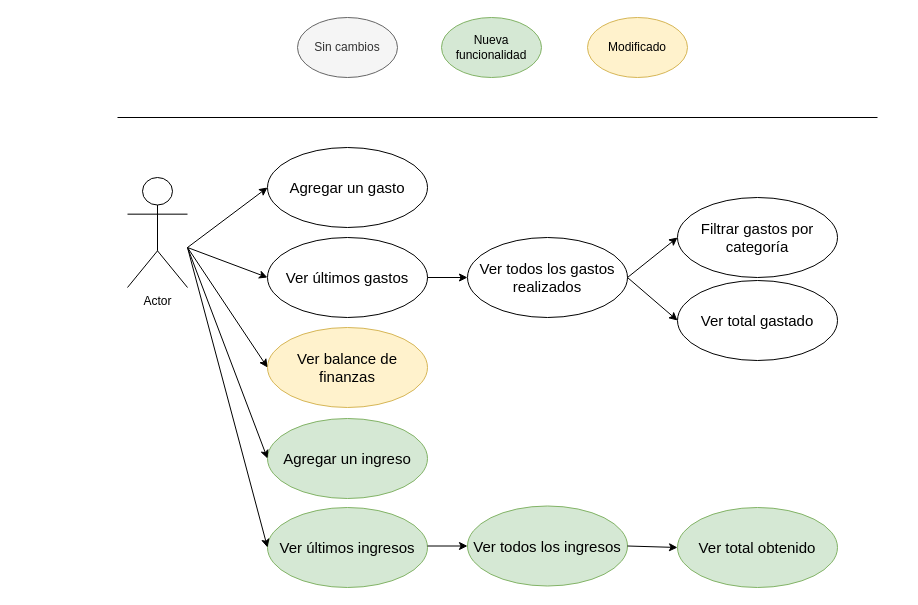
Above: images/casosdeuso.drawio in Gastapp/gastapp_doc (draw.io), before the change. Source tidied: cells renumbered, new cells numbered last; positions are measured from the earlier drawing's top-left corner, leaving out a move shared by most shapes. Both pictures are drawn from the tidied source at 100%, with x=0, y=0 at pixel (117, 17).
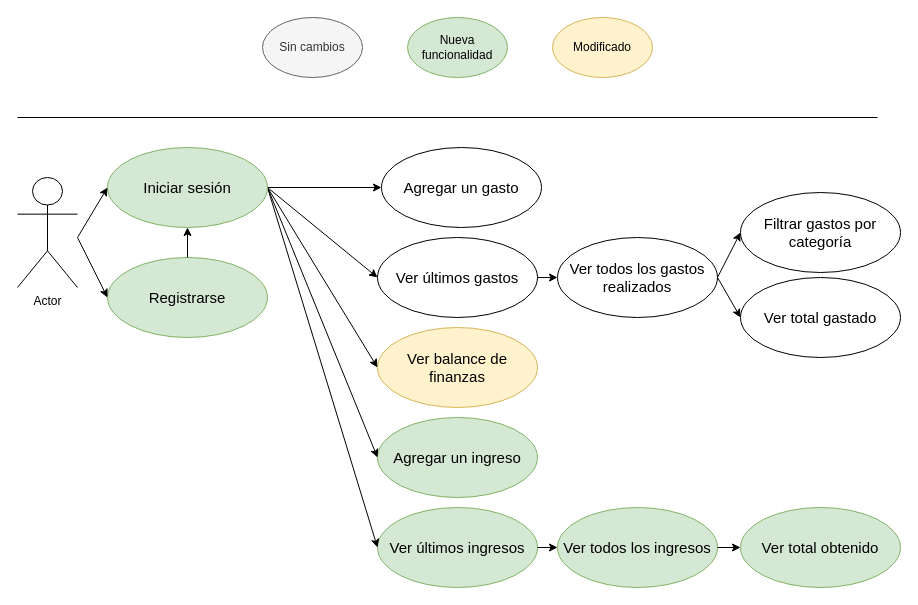
After the change.

Commit message (it also covers changes not shown here):
corrijo casos de uso de la segunda entrega

What changed in the source:
```diff
@@
     <mxCell id="2" value="Actor" style="shape=umlActor;verticalLabelPosition=bottom;labelBackgroundColor=#ffffff;verticalAlign=top;html=1;" parent="1" vertex="1">
-      <mxGeometry x="10" y="160" width="60" height="110" as="geometry" />
+      <mxGeometry x="-100" y="160" width="60" height="110" as="geometry" />
     </mxCell>
     <mxCell id="3" value="&lt;font style=&quot;font-size: 15px&quot;&gt;Filtrar gastos por categoría&lt;/font&gt;" style="ellipse;whiteSpace=wrap;html=1;" parent="1" vertex="1">
-      <mxGeometry x="560" y="180" width="160" height="80" as="geometry" />
+      <mxGeometry x="623" y="175" width="160" height="80" as="geometry" />
     </mxCell>
     <mxCell id="4" value="&lt;p&gt;&lt;font style=&quot;font-size: 15px&quot;&gt;Ver todos los gastos realizados&lt;/font&gt;&lt;/p&gt;" style="ellipse;whiteSpace=wrap;html=1;" parent="1" vertex="1">
-      <mxGeometry x="350" y="220" width="160" height="80" as="geometry" />
+      <mxGeometry x="440" y="220" width="160" height="80" as="geometry" />
     </mxCell>
     <mxCell id="5" value="&lt;font style=&quot;font-size: 15px&quot;&gt;Ver total gastado&lt;/font&gt;" style="ellipse;whiteSpace=wrap;html=1;" parent="1" vertex="1">
-      <mxGeometry x="560" y="263" width="160" height="80" as="geometry" />
+      <mxGeometry x="623" y="260" width="160" height="80" as="geometry" />
     </mxCell>
     <mxCell id="6" value="Sin cambios" style="ellipse;whiteSpace=wrap;html=1;fillColor=#f5f5f5;strokeColor=#666666;fontColor=#333333;" parent="1" vertex="1">
-      <mxGeometry x="180" width="100" height="60" as="geometry" />
+      <mxGeometry x="145" width="100" height="60" as="geometry" />
     </mxCell>
     <mxCell id="7" value="Modificado&lt;br&gt;" style="ellipse;whiteSpace=wrap;html=1;fillColor=#fff2cc;strokeColor=#d6b656;" parent="1" vertex="1">
-      <mxGeometry x="470" width="100" height="60" as="geometry" />
+      <mxGeometry x="435" width="100" height="60" as="geometry" />
     </mxCell>
     <mxCell id="8" value="Nueva funcionalidad" style="ellipse;whiteSpace=wrap;html=1;fillColor=#d5e8d4;strokeColor=#82b366;" parent="1" vertex="1">
-      <mxGeometry x="324" width="100" height="60" as="geometry" />
+      <mxGeometry x="290" width="100" height="60" as="geometry" />
     </mxCell>
-    <mxCell id="9" style="endArrow=classic;html=1;entryX=0;entryY=0.5;entryDx=0;entryDy=0;" parent="1" edge="1" target="11">
-      <mxGeometry relative="1" as="geometry">
-        <mxPoint x="70" y="230" as="sourcePoint" />
-      </mxGeometry>
+    <mxCell id="9" style="endArrow=classic;html=1;entryX=0;entryY=0.5;entryDx=0;entryDy=0;exitX=1;exitY=0.5;exitDx=0;exitDy=0;" parent="1" edge="1" source="28" target="11">
+      <mxGeometry relative="1" as="geometry" />
     </mxCell>
-    <mxCell id="10" style="endArrow=classic;html=1;entryX=0;entryY=0.5;entryDx=0;entryDy=0;" parent="1" edge="1" target="5">
-      <mxGeometry relative="1" as="geometry">
-        <mxPoint x="510" y="260" as="sourcePoint" />
-      </mxGeometry>
+    <mxCell id="10" style="endArrow=classic;html=1;entryX=0;entryY=0.5;entryDx=0;entryDy=0;exitX=1;exitY=0.5;exitDx=0;exitDy=0;" parent="1" edge="1" source="4" target="5">
+      <mxGeometry relative="1" as="geometry" />
     </mxCell>
     <mxCell id="11" value="&lt;font style=&quot;font-size: 15px&quot;&gt;Agregar un gasto&lt;/font&gt;" style="ellipse;whiteSpace=wrap;html=1;" parent="1" vertex="1">
-      <mxGeometry x="150" y="130" width="160" height="80" as="geometry" />
+      <mxGeometry x="264" y="130" width="160" height="80" as="geometry" />
     </mxCell>
@@
     <mxCell id="13" value="&lt;font style=&quot;font-size: 15px&quot;&gt;Agregar un ingreso&lt;/font&gt;" style="ellipse;whiteSpace=wrap;html=1;fillColor=#d5e8d4;strokeColor=#82b366;" parent="1" vertex="1">
-      <mxGeometry x="150" y="401" width="160" height="80" as="geometry" />
+      <mxGeometry x="260" y="400" width="160" height="80" as="geometry" />
     </mxCell>
     <mxCell id="14" value="&lt;font style=&quot;font-size: 15px&quot;&gt;Ver últimos gastos&lt;/font&gt;" style="ellipse;whiteSpace=wrap;html=1;" parent="1" vertex="1">
-      <mxGeometry x="150" y="220" width="160" height="80" as="geometry" />
+      <mxGeometry x="260" y="220" width="160" height="80" as="geometry" />
     </mxCell>
-    <mxCell id="15" style="endArrow=classic;html=1;entryX=0;entryY=0.5;entryDx=0;entryDy=0;" parent="1" edge="1" target="13">
-      <mxGeometry relative="1" as="geometry">
-        <mxPoint x="70" y="230" as="sourcePoint" />
-      </mxGeometry>
+    <mxCell id="15" style="endArrow=classic;html=1;entryX=0;entryY=0.5;entryDx=0;entryDy=0;exitX=1;exitY=0.5;exitDx=0;exitDy=0;" parent="1" edge="1" source="28" target="13">
+      <mxGeometry relative="1" as="geometry" />
     </mxCell>
-    <mxCell id="16" style="endArrow=classic;html=1;entryX=0;entryY=0.5;entryDx=0;entryDy=0;" parent="1" edge="1" target="14">
-      <mxGeometry relative="1" as="geometry">
-        <mxPoint x="70" y="230" as="sourcePoint" />
-      </mxGeometry>
+    <mxCell id="16" style="endArrow=classic;html=1;entryX=0;entryY=0.5;entryDx=0;entryDy=0;exitX=1;exitY=0.5;exitDx=0;exitDy=0;" parent="1" edge="1" source="28" target="14">
+      <mxGeometry relative="1" as="geometry" />
     </mxCell>
-    <mxCell id="17" style="endArrow=classic;html=1;exitX=1;exitY=0.5;exitDx=0;exitDy=0;entryX=0;entryY=0.5;entryDx=0;entryDy=0;" parent="1" edge="1" target="4">
-      <mxGeometry relative="1" as="geometry">
-        <mxPoint x="310" y="260" as="sourcePoint" />
-      </mxGeometry>
+    <mxCell id="17" style="endArrow=classic;html=1;entryX=0;entryY=0.5;entryDx=0;entryDy=0;" parent="1" edge="1" source="14" target="4">
+      <mxGeometry relative="1" as="geometry" />
     </mxCell>
     <mxCell id="18" style="endArrow=none;html=1;" parent="1" edge="1">
       <mxGeometry relative="1" as="geometry">
-        <mxPoint y="100" as="sourcePoint" />
+        <mxPoint x="-100" y="100" as="sourcePoint" />
         <mxPoint x="760" y="100" as="targetPoint" />
       </mxGeometry>
     </mxCell>
     <mxCell id="19" value="&lt;font style=&quot;font-size: 15px&quot;&gt;Ver balance de finanzas&lt;/font&gt;" style="ellipse;whiteSpace=wrap;html=1;fillColor=#fff2cc;strokeColor=#d6b656;" parent="1" vertex="1">
-      <mxGeometry x="150" y="310" width="160" height="80" as="geometry" />
+      <mxGeometry x="260" y="310" width="160" height="80" as="geometry" />
     </mxCell>
     <mxCell id="20" value="&lt;font style=&quot;font-size: 15px&quot;&gt;Ver últimos ingresos&lt;/font&gt;" style="ellipse;whiteSpace=wrap;html=1;fillColor=#d5e8d4;strokeColor=#82b366;" parent="1" vertex="1">
-      <mxGeometry x="150" y="490" width="160" height="80" as="geometry" />
+      <mxGeometry x="260" y="490" width="160" height="80" as="geometry" />
     </mxCell>
-    <mxCell id="21" style="endArrow=classic;html=1;entryX=0;entryY=0.5;entryDx=0;entryDy=0;" parent="1" edge="1" target="20">
-      <mxGeometry relative="1" as="geometry">
-        <mxPoint x="70" y="230" as="sourcePoint" />
-      </mxGeometry>
+    <mxCell id="21" style="endArrow=classic;html=1;entryX=0;entryY=0.5;entryDx=0;entryDy=0;exitX=1;exitY=0.5;exitDx=0;exitDy=0;" parent="1" edge="1" source="28" target="20">
+      <mxGeometry relative="1" as="geometry" />
     </mxCell>
-    <mxCell id="22" style="endArrow=classic;html=1;entryX=0;entryY=0.5;entryDx=0;entryDy=0;" parent="1" edge="1" target="19">
-      <mxGeometry relative="1" as="geometry">
-        <mxPoint x="70" y="230" as="sourcePoint" />
-      </mxGeometry>
+    <mxCell id="22" style="endArrow=classic;html=1;entryX=0;entryY=0.5;entryDx=0;entryDy=0;exitX=1;exitY=0.5;exitDx=0;exitDy=0;" parent="1" edge="1" source="28" target="19">
+      <mxGeometry relative="1" as="geometry" />
     </mxCell>
     <mxCell id="23" value="&lt;p&gt;&lt;font style=&quot;font-size: 15px&quot;&gt;Ver todos los ingresos&lt;/font&gt;&lt;/p&gt;" style="ellipse;whiteSpace=wrap;html=1;fillColor=#d5e8d4;strokeColor=#82b366;" parent="1" vertex="1">
-      <mxGeometry x="350" y="488.5" width="160" height="80" as="geometry" />
+      <mxGeometry x="440" y="490" width="160" height="80" as="geometry" />
     </mxCell>
     <mxCell id="24" value="&lt;font style=&quot;font-size: 15px&quot;&gt;Ver total obtenido&lt;/font&gt;" style="ellipse;whiteSpace=wrap;html=1;fillColor=#d5e8d4;strokeColor=#82b366;" parent="1" vertex="1">
-      <mxGeometry x="560" y="490" width="160" height="80" as="geometry" />
+      <mxGeometry x="623" y="490" width="160" height="80" as="geometry" />
     </mxCell>
@@
-    <mxCell id="26" style="endArrow=classic;html=1;exitX=1;exitY=0.5;exitDx=0;exitDy=0;entryX=0;entryY=0.5;entryDx=0;entryDy=0;" parent="1" edge="1" target="23">
-      <mxGeometry relative="1" as="geometry">
-        <mxPoint x="310" y="528.5" as="sourcePoint" />
-      </mxGeometry>
+    <mxCell id="26" style="endArrow=classic;html=1;exitX=1;exitY=0.5;exitDx=0;exitDy=0;entryX=0;entryY=0.5;entryDx=0;entryDy=0;" parent="1" edge="1" source="20" target="23">
+      <mxGeometry relative="1" as="geometry" />
     </mxCell>
+    <mxCell id="27" value="&lt;font style=&quot;font-size: 15px&quot;&gt;Registrarse&lt;/font&gt;" style="ellipse;whiteSpace=wrap;html=1;fillColor=#d5e8d4;strokeColor=#82b366;" parent="1" vertex="1">
+      <mxGeometry x="-10" y="240" width="160" height="80" as="geometry" />
+    </mxCell>
+    <mxCell id="28" value="&lt;font style=&quot;font-size: 15px&quot;&gt;Iniciar sesión&lt;/font&gt;" style="ellipse;whiteSpace=wrap;html=1;fillColor=#d5e8d4;strokeColor=#82b366;" parent="1" vertex="1">
+      <mxGeometry x="-10" y="130" width="160" height="80" as="geometry" />
+    </mxCell>
+    <mxCell id="29" style="endArrow=classic;html=1;entryX=0;entryY=0.5;entryDx=0;entryDy=0;" parent="1" edge="1" target="28">
+      <mxGeometry relative="1" as="geometry">
+        <mxPoint x="-40" y="220" as="sourcePoint" />
+      </mxGeometry>
+    </mxCell>
+    <mxCell id="30" style="endArrow=classic;html=1;entryX=0;entryY=0.5;entryDx=0;entryDy=0;" parent="1" edge="1" target="27">
+      <mxGeometry relative="1" as="geometry">
+        <mxPoint x="-40" y="220" as="sourcePoint" />
+      </mxGeometry>
+    </mxCell>
+    <mxCell id="31" style="endArrow=classic;html=1;entryX=0.5;entryY=1;entryDx=0;entryDy=0;exitX=0.5;exitY=0;exitDx=0;exitDy=0;" parent="1" edge="1" source="27" target="28">
+      <mxGeometry relative="1" as="geometry" />
+    </mxCell>
```
